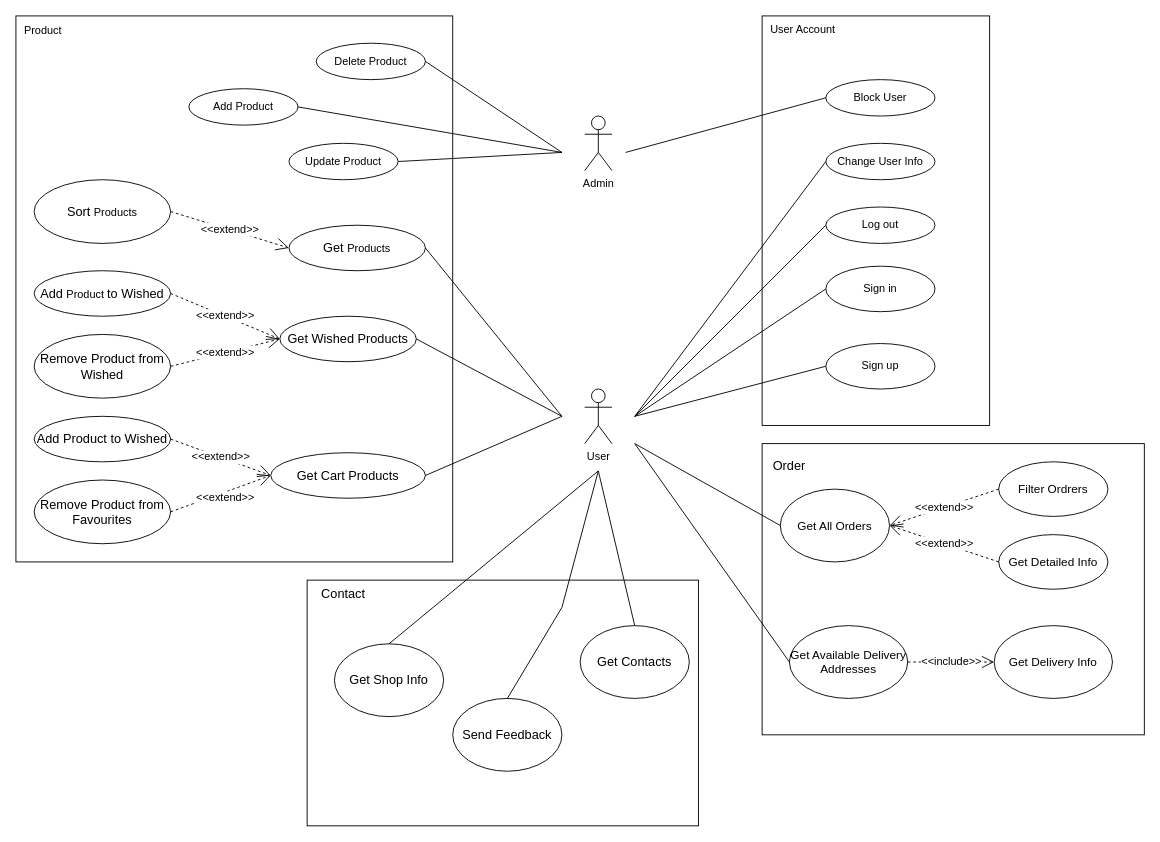
The draw.io diagram ShopProjectDiagrams/ShopProjectUsecases.drawio in Rollest/MobileLabs, before the edit. Source tidied: cells renumbered, new cells numbered last; positions are measured from the earlier drawing's top-left corner, leaving out a move shared by most shapes. Both pictures are drawn from the tidied source at 91%, with x=0, y=0 at pixel (15, 15).
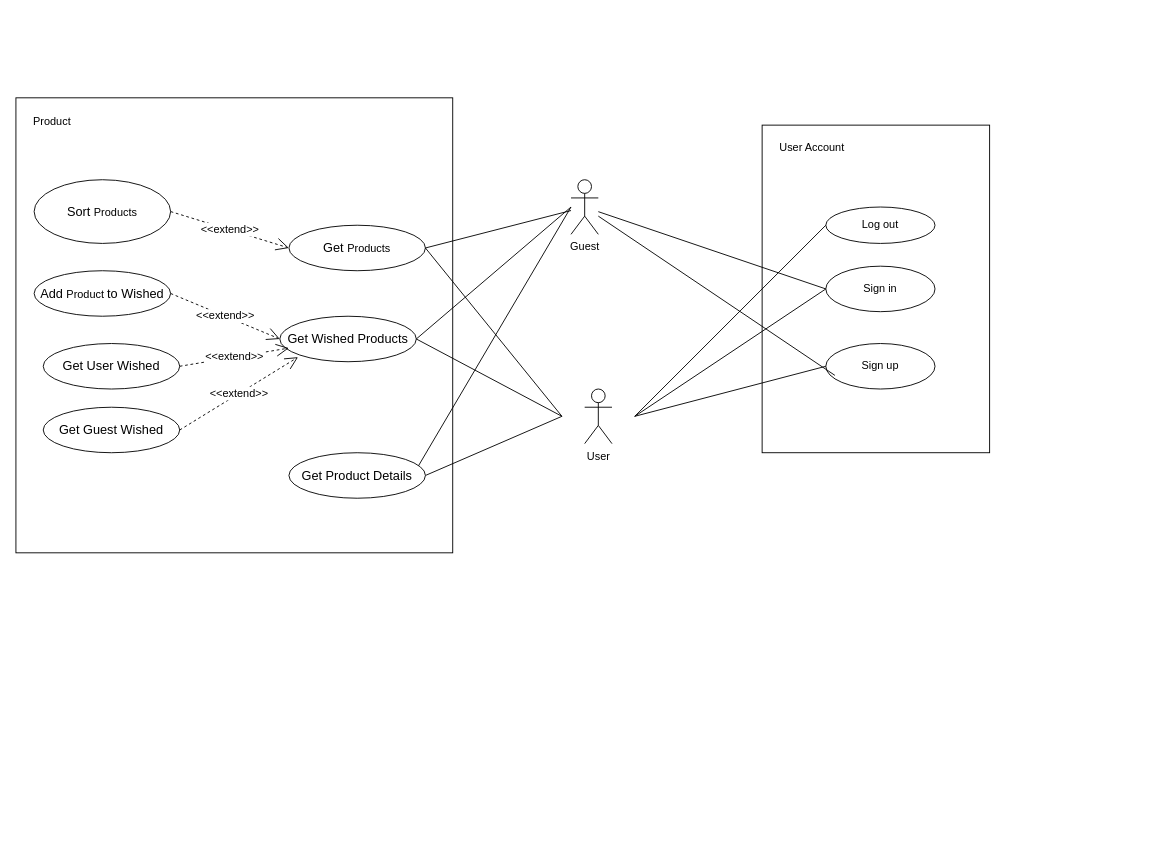
The same page after the edit.

The change refers to these unchanged cells:
```xml
<mxCell id="9" value="Get Wished Products" style="ellipse;whiteSpace=wrap;html=1;fontSize=14;" parent="1" vertex="1">
  <mxGeometry x="290" y="330" width="150" height="50" as="geometry" />
</mxCell>
<mxCell id="19" value="Get&amp;nbsp;&lt;span style=&quot;font-size: 12px;&quot;&gt;Products&lt;/span&gt;" style="ellipse;whiteSpace=wrap;html=1;fontSize=14;" parent="1" vertex="1">
  <mxGeometry x="300" y="230" width="150" height="50" as="geometry" />
</mxCell>
```

The edit, as a diff of the source:
```diff
@@
-    <mxCell id="3" style="rounded=0;whiteSpace=wrap;html=1;" parent="1" vertex="1">
-      <mxGeometry x="320" y="620" width="430" height="270" as="geometry" />
-    </mxCell>
-    <mxCell id="4" value="&lt;div style=&quot;font-size: 14px;&quot;&gt;Contact&lt;/div&gt;" style="text;html=1;align=center;verticalAlign=middle;whiteSpace=wrap;rounded=0;fontSize=14;" parent="1" vertex="1">
-      <mxGeometry x="330" y="620" width="60" height="30" as="geometry" />
-    </mxCell>
-    <mxCell id="5" value="Get Contacts" style="ellipse;whiteSpace=wrap;html=1;fontSize=14;" parent="1" vertex="1">
-      <mxGeometry x="620" y="670" width="120" height="80" as="geometry" />
-    </mxCell>
-    <mxCell id="6" style="endArrow=none;html=1;rounded=0;exitX=0.5;exitY=0;exitDx=0;exitDy=0;" parent="1" edge="1" source="5">
-      <mxGeometry relative="1" as="geometry">
-        <mxPoint x="640" y="500" as="targetPoint" />
-      </mxGeometry>
-    </mxCell>
     <mxCell id="7" style="rounded=0;whiteSpace=wrap;html=1;" parent="1" vertex="1">
-      <mxGeometry width="480" height="600" as="geometry" />
+      <mxGeometry y="90" width="480" height="500" as="geometry" />
     </mxCell>
     <mxCell id="8" value="&lt;span style=&quot;font-size: 12px;&quot;&gt;Product&lt;/span&gt;" style="text;html=1;align=center;verticalAlign=middle;whiteSpace=wrap;rounded=0;fontSize=14;" parent="1" vertex="1">
-      <mxGeometry width="60" height="30" as="geometry" />
+      <mxGeometry x="10" y="100" width="60" height="30" as="geometry" />
     </mxCell>
@@
-    <mxCell id="10" value="Get Cart Products" style="ellipse;whiteSpace=wrap;html=1;fontSize=14;" parent="1" vertex="1">
-      <mxGeometry x="280" y="480" width="170" height="50" as="geometry" />
-    </mxCell>
@@
-    <mxCell id="12" value="Remove Product from Wished" style="ellipse;whiteSpace=wrap;html=1;fontSize=14;" parent="1" vertex="1">
-      <mxGeometry x="20" y="350" width="150" height="70" as="geometry" />
-    </mxCell>
-    <mxCell id="13" value="&amp;lt;&amp;lt;extend&amp;gt;&amp;gt;" style="endArrow=open;endSize=12;dashed=1;html=1;rounded=0;exitX=1;exitY=0.5;exitDx=0;exitDy=0;entryX=0;entryY=0.5;entryDx=0;entryDy=0;fontSize=12;" parent="1" edge="1" source="12" target="9">
-      <mxGeometry relative="1" as="geometry" />
-    </mxCell>
@@
-    <mxCell id="15" value="Add Product to Wished" style="ellipse;whiteSpace=wrap;html=1;fontSize=14;" parent="1" vertex="1">
-      <mxGeometry x="20" y="440" width="150" height="50" as="geometry" />
-    </mxCell>
-    <mxCell id="16" value="Remove Product from Favourites" style="ellipse;whiteSpace=wrap;html=1;fontSize=14;" parent="1" vertex="1">
-      <mxGeometry x="20" y="510" width="150" height="70" as="geometry" />
-    </mxCell>
-    <mxCell id="17" value="&amp;lt;&amp;lt;extend&amp;gt;&amp;gt;" style="endArrow=open;endSize=12;dashed=1;html=1;rounded=0;entryX=0;entryY=0.5;entryDx=0;entryDy=0;fontSize=12;exitX=1;exitY=0.5;exitDx=0;exitDy=0;" parent="1" edge="1" source="15" target="10">
-      <mxGeometry relative="1" as="geometry" />
-    </mxCell>
-    <mxCell id="18" value="&amp;lt;&amp;lt;extend&amp;gt;&amp;gt;" style="endArrow=open;endSize=12;dashed=1;html=1;rounded=0;entryX=0;entryY=0.5;entryDx=0;entryDy=0;fontSize=12;exitX=1;exitY=0.5;exitDx=0;exitDy=0;" parent="1" edge="1" source="16" target="10">
-      <mxGeometry x="0.05" y="-6" relative="1" as="geometry">
-        <mxPoint x="1" as="offset" />
-      </mxGeometry>
-    </mxCell>
@@
-    <mxCell id="22" value="Admin" style="shape=umlActor;verticalLabelPosition=bottom;verticalAlign=top;html=1;" parent="1" vertex="1">
-      <mxGeometry x="625" y="110" width="30" height="60" as="geometry" />
-    </mxCell>
-    <mxCell id="23" value="Delete Product" style="ellipse;whiteSpace=wrap;html=1;" parent="1" vertex="1">
-      <mxGeometry x="330" y="30" width="120" height="40" as="geometry" />
-    </mxCell>
-    <mxCell id="24" value="Add Product" style="ellipse;whiteSpace=wrap;html=1;" parent="1" vertex="1">
-      <mxGeometry x="190" y="80" width="120" height="40" as="geometry" />
-    </mxCell>
-    <mxCell id="25" value="Update Product" style="ellipse;whiteSpace=wrap;html=1;" parent="1" vertex="1">
-      <mxGeometry x="300" y="140" width="120" height="40" as="geometry" />
-    </mxCell>
-    <mxCell id="26" style="endArrow=none;html=1;rounded=0;exitX=1;exitY=0.5;exitDx=0;exitDy=0;" parent="1" edge="1" source="10">
+    <mxCell id="26" style="endArrow=none;html=1;rounded=0;exitX=1;exitY=0.5;exitDx=0;exitDy=0;" parent="1" edge="1">
       <mxGeometry relative="1" as="geometry">
+        <mxPoint x="450" y="505" as="sourcePoint" />
         <mxPoint x="600" y="440" as="targetPoint" />
       </mxGeometry>
     </mxCell>
@@
-    <mxCell id="29" style="endArrow=none;html=1;rounded=0;entryX=1;entryY=0.5;entryDx=0;entryDy=0;" parent="1" edge="1" target="23">
-      <mxGeometry relative="1" as="geometry">
-        <mxPoint x="600" y="150" as="sourcePoint" />
-      </mxGeometry>
-    </mxCell>
-    <mxCell id="30" style="endArrow=none;html=1;rounded=0;entryX=1;entryY=0.5;entryDx=0;entryDy=0;" parent="1" edge="1" target="24">
-      <mxGeometry relative="1" as="geometry">
-        <mxPoint x="600" y="150" as="sourcePoint" />
-      </mxGeometry>
-    </mxCell>
-    <mxCell id="31" style="endArrow=none;html=1;rounded=0;entryX=1;entryY=0.5;entryDx=0;entryDy=0;" parent="1" edge="1" target="25">
-      <mxGeometry relative="1" as="geometry">
-        <mxPoint x="600" y="150" as="sourcePoint" />
-      </mxGeometry>
-    </mxCell>
     <mxCell id="32" style="rounded=0;whiteSpace=wrap;html=1;" parent="1" vertex="1">
-      <mxGeometry x="820" width="250" height="450" as="geometry" />
+      <mxGeometry x="820" y="120" width="250" height="360" as="geometry" />
     </mxCell>
@@
-    <mxCell id="36" value="Change User Info" style="ellipse;whiteSpace=wrap;html=1;" parent="1" vertex="1">
-      <mxGeometry x="890" y="140" width="120" height="40" as="geometry" />
-    </mxCell>
-    <mxCell id="37" style="endArrow=none;html=1;rounded=0;entryX=0;entryY=0.5;entryDx=0;entryDy=0;" parent="1" edge="1" target="36">
-      <mxGeometry relative="1" as="geometry">
-        <mxPoint x="680" y="440" as="sourcePoint" />
-      </mxGeometry>
-    </mxCell>
@@
-    <mxCell id="41" value="Block User" style="ellipse;whiteSpace=wrap;html=1;" parent="1" vertex="1">
-      <mxGeometry x="890" y="70" width="120" height="40" as="geometry" />
-    </mxCell>
-    <mxCell id="42" style="endArrow=none;html=1;rounded=0;entryX=0;entryY=0.5;entryDx=0;entryDy=0;" parent="1" edge="1" target="41">
-      <mxGeometry relative="1" as="geometry">
-        <mxPoint x="670" y="150" as="sourcePoint" />
-      </mxGeometry>
-    </mxCell>
     <mxCell id="43" value="User Account" style="text;html=1;align=center;verticalAlign=middle;whiteSpace=wrap;rounded=0;" parent="1" vertex="1">
-      <mxGeometry x="820" width="90" height="30" as="geometry" />
+      <mxGeometry x="830" y="130" width="90" height="30" as="geometry" />
     </mxCell>
-    <mxCell id="44" style="rounded=0;whiteSpace=wrap;html=1;" parent="1" vertex="1">
-      <mxGeometry x="820" y="470" width="420" height="320" as="geometry" />
-    </mxCell>
-    <mxCell id="45" value="Order" style="text;html=1;align=center;verticalAlign=middle;whiteSpace=wrap;rounded=0;fontSize=14;" parent="1" vertex="1">
-      <mxGeometry x="820" y="480" width="60" height="30" as="geometry" />
-    </mxCell>
-    <mxCell id="46" value="Get All Orders" style="ellipse;whiteSpace=wrap;html=1;fontSize=13;" parent="1" vertex="1">
-      <mxGeometry x="840" y="520" width="120" height="80" as="geometry" />
-    </mxCell>
-    <mxCell id="47" value="Filter Ordrers" style="ellipse;whiteSpace=wrap;html=1;fontSize=13;" parent="1" vertex="1">
-      <mxGeometry x="1080" y="490" width="120" height="60" as="geometry" />
-    </mxCell>
-    <mxCell id="48" value="&amp;lt;&amp;lt;extend&amp;gt;&amp;gt;" style="endArrow=open;endSize=12;dashed=1;html=1;rounded=0;exitX=0;exitY=0.5;exitDx=0;exitDy=0;entryX=1;entryY=0.5;entryDx=0;entryDy=0;fontSize=12;" parent="1" edge="1" source="47" target="46">
-      <mxGeometry relative="1" as="geometry" />
-    </mxCell>
-    <mxCell id="49" value="Get Available Delivery Addresses" style="ellipse;whiteSpace=wrap;html=1;fontSize=13;" parent="1" vertex="1">
-      <mxGeometry x="850" y="670" width="130" height="80" as="geometry" />
-    </mxCell>
-    <mxCell id="50" value="Get Delivery Info" style="ellipse;whiteSpace=wrap;html=1;fontSize=13;" parent="1" vertex="1">
-      <mxGeometry x="1075" y="670" width="130" height="80" as="geometry" />
-    </mxCell>
-    <mxCell id="51" value="&amp;lt;&amp;lt;include&amp;gt;&amp;gt;" style="endArrow=open;endSize=12;dashed=1;html=1;rounded=0;exitX=1;exitY=0.5;exitDx=0;exitDy=0;entryX=0;entryY=0.5;entryDx=0;entryDy=0;fontSize=12;" parent="1" edge="1" source="49" target="50">
-      <mxGeometry relative="1" as="geometry" />
-    </mxCell>
-    <mxCell id="52" style="endArrow=none;html=1;rounded=0;entryX=0;entryY=0.5;entryDx=0;entryDy=0;" parent="1" edge="1" target="46">
-      <mxGeometry relative="1" as="geometry">
-        <mxPoint x="680" y="470" as="sourcePoint" />
-      </mxGeometry>
-    </mxCell>
-    <mxCell id="53" style="endArrow=none;html=1;rounded=0;entryX=0;entryY=0.5;entryDx=0;entryDy=0;" parent="1" edge="1" target="49">
-      <mxGeometry relative="1" as="geometry">
-        <mxPoint x="680" y="470" as="sourcePoint" />
-      </mxGeometry>
-    </mxCell>
-    <mxCell id="54" value="Get Shop Info" style="ellipse;whiteSpace=wrap;html=1;fontSize=14;" parent="1" vertex="1">
-      <mxGeometry x="350" y="690" width="120" height="80" as="geometry" />
-    </mxCell>
-    <mxCell id="55" value="Send Feedback" style="ellipse;whiteSpace=wrap;html=1;fontSize=14;" parent="1" vertex="1">
-      <mxGeometry x="480" y="750" width="120" height="80" as="geometry" />
-    </mxCell>
-    <mxCell id="56" style="endArrow=none;html=1;rounded=0;exitX=0.5;exitY=0;exitDx=0;exitDy=0;" parent="1" edge="1" source="54">
-      <mxGeometry relative="1" as="geometry">
-        <mxPoint x="640" y="500" as="targetPoint" />
-      </mxGeometry>
-    </mxCell>
-    <mxCell id="57" style="endArrow=none;html=1;rounded=0;exitX=0.5;exitY=0;exitDx=0;exitDy=0;" parent="1" edge="1" source="55">
-      <mxGeometry relative="1" as="geometry">
-        <mxPoint x="640" y="500" as="targetPoint" />
-        <Array as="points">
-          <mxPoint x="600" y="650" />
-        </Array>
-      </mxGeometry>
-    </mxCell>
-    <mxCell id="58" value="Get Detailed Info" style="ellipse;whiteSpace=wrap;html=1;fontSize=13;" parent="1" vertex="1">
-      <mxGeometry x="1080" y="570" width="120" height="60" as="geometry" />
-    </mxCell>
-    <mxCell id="59" value="&amp;lt;&amp;lt;extend&amp;gt;&amp;gt;" style="endArrow=open;endSize=12;dashed=1;html=1;rounded=0;exitX=0;exitY=0.5;exitDx=0;exitDy=0;fontSize=12;" parent="1" edge="1" source="58">
-      <mxGeometry relative="1" as="geometry">
-        <mxPoint x="960" y="560" as="targetPoint" />
-      </mxGeometry>
-    </mxCell>
+    <mxCell id="60" value="Get Product Details" style="ellipse;whiteSpace=wrap;html=1;fontSize=14;" parent="1" vertex="1">
+      <mxGeometry x="300" y="480" width="150" height="50" as="geometry" />
+    </mxCell>
+    <mxCell id="61" value="Guest" style="shape=umlActor;verticalLabelPosition=bottom;verticalAlign=top;html=1;outlineConnect=0;" parent="1" vertex="1">
+      <mxGeometry x="610" y="180" width="30" height="60" as="geometry" />
+    </mxCell>
+    <mxCell id="62" style="endArrow=none;html=1;rounded=0;entryX=0;entryY=0.5;entryDx=0;entryDy=0;" parent="1" edge="1">
+      <mxGeometry relative="1" as="geometry">
+        <mxPoint x="640" y="220" as="sourcePoint" />
+        <mxPoint x="900" y="395" as="targetPoint" />
+      </mxGeometry>
+    </mxCell>
+    <mxCell id="63" style="endArrow=none;html=1;rounded=0;" parent="1" edge="1" source="61">
+      <mxGeometry relative="1" as="geometry">
+        <mxPoint x="890" y="300" as="targetPoint" />
+      </mxGeometry>
+    </mxCell>
+    <mxCell id="64" value="Get User Wished" style="ellipse;whiteSpace=wrap;html=1;fontSize=14;" parent="1" vertex="1">
+      <mxGeometry x="30" y="360" width="150" height="50" as="geometry" />
+    </mxCell>
+    <mxCell id="65" value="Get Guest Wished" style="ellipse;whiteSpace=wrap;html=1;fontSize=14;" parent="1" vertex="1">
+      <mxGeometry x="30" y="430" width="150" height="50" as="geometry" />
+    </mxCell>
+    <mxCell id="66" value="&amp;lt;&amp;lt;extend&amp;gt;&amp;gt;" style="endArrow=open;endSize=12;dashed=1;html=1;rounded=0;exitX=1;exitY=0.5;exitDx=0;exitDy=0;entryX=0;entryY=0.5;entryDx=0;entryDy=0;fontSize=12;" parent="1" edge="1" source="64">
+      <mxGeometry relative="1" as="geometry">
+        <mxPoint x="300" y="365" as="targetPoint" />
+      </mxGeometry>
+    </mxCell>
+    <mxCell id="67" value="&amp;lt;&amp;lt;extend&amp;gt;&amp;gt;" style="endArrow=open;endSize=12;dashed=1;html=1;rounded=0;exitX=1;exitY=0.5;exitDx=0;exitDy=0;entryX=0;entryY=0.5;entryDx=0;entryDy=0;fontSize=12;" parent="1" edge="1" source="65">
+      <mxGeometry relative="1" as="geometry">
+        <mxPoint x="310" y="375" as="targetPoint" />
+      </mxGeometry>
+    </mxCell>
+    <mxCell id="68" style="endArrow=none;html=1;rounded=0;exitX=1;exitY=0.5;exitDx=0;exitDy=0;" parent="1" edge="1" source="19" target="61">
+      <mxGeometry relative="1" as="geometry" />
+    </mxCell>
+    <mxCell id="69" style="endArrow=none;html=1;rounded=0;exitX=1;exitY=0.5;exitDx=0;exitDy=0;" parent="1" edge="1" source="9">
+      <mxGeometry relative="1" as="geometry">
+        <mxPoint x="610" y="210" as="targetPoint" />
+      </mxGeometry>
+    </mxCell>
+    <mxCell id="70" style="endArrow=none;html=1;rounded=0;exitX=0.95;exitY=0.283;exitDx=0;exitDy=0;exitPerimeter=0;" parent="1" edge="1" source="60">
+      <mxGeometry relative="1" as="geometry">
+        <mxPoint x="610" y="210" as="targetPoint" />
+      </mxGeometry>
+    </mxCell>
```
